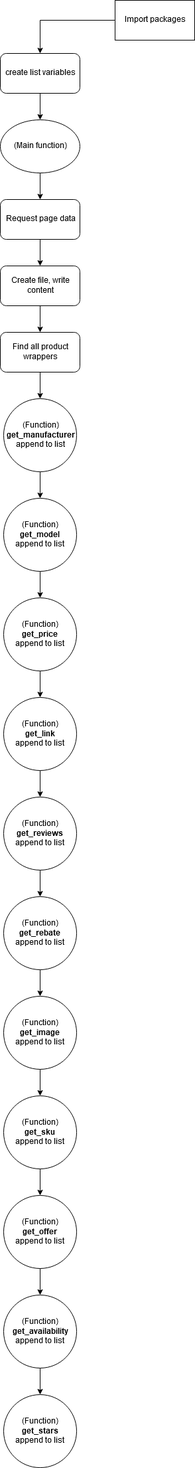
Before: Untitled Diagram.png, a diagram exported from draw.io (HiroEdit/WSP_tf). Source tidied: cells renumbered, new cells last; positions are measured from the earlier drawing's top-left corner, leaving out a move shared by most shapes. The source it was exported from:
```xml
<mxGraphModel>
  <root>
    <mxCell id="0" />
    <mxCell id="1" parent="0" />
    <mxCell id="2" value="Import packages" style="rounded=0;whiteSpace=wrap;html=1;" parent="1" vertex="1">
      <mxGeometry x="173" width="120" height="60" as="geometry" />
    </mxCell>
    <mxCell id="3" style="edgeStyle=orthogonalEdgeStyle;rounded=0;jettySize=auto;html=1;entryX=0.5;entryY=0;entryDx=0;entryDy=0;exitX=0;exitY=0.5;exitDx=0;exitDy=0;" parent="1" edge="1" source="2" target="5">
      <mxGeometry relative="1" as="geometry" />
    </mxCell>
    <mxCell id="4" style="edgeStyle=orthogonalEdgeStyle;rounded=0;jettySize=auto;html=1;entryX=0.5;entryY=0;entryDx=0;entryDy=0;" parent="1" edge="1" source="5" target="7">
      <mxGeometry relative="1" as="geometry" />
    </mxCell>
    <mxCell id="5" value="create list variables" style="rounded=1;whiteSpace=wrap;html=1;" parent="1" vertex="1">
      <mxGeometry y="80" width="120" height="60" as="geometry" />
    </mxCell>
    <mxCell id="6" style="edgeStyle=orthogonalEdgeStyle;rounded=0;jettySize=auto;html=1;entryX=0.5;entryY=0;entryDx=0;entryDy=0;" parent="1" edge="1" source="7" target="9">
      <mxGeometry relative="1" as="geometry" />
    </mxCell>
    <mxCell id="7" value="(Main function)" style="ellipse;whiteSpace=wrap;html=1;" parent="1" vertex="1">
      <mxGeometry y="180" width="120" height="80" as="geometry" />
    </mxCell>
    <mxCell id="8" style="edgeStyle=orthogonalEdgeStyle;rounded=0;jettySize=auto;html=1;entryX=0.5;entryY=0;entryDx=0;entryDy=0;" parent="1" edge="1" source="9" target="11">
      <mxGeometry relative="1" as="geometry" />
    </mxCell>
    <mxCell id="9" value="Request page data" style="rounded=1;whiteSpace=wrap;html=1;" parent="1" vertex="1">
      <mxGeometry y="300" width="120" height="60" as="geometry" />
    </mxCell>
    <mxCell id="10" style="edgeStyle=orthogonalEdgeStyle;rounded=0;jettySize=auto;html=1;entryX=0.5;entryY=0;entryDx=0;entryDy=0;" parent="1" edge="1" source="11" target="13">
      <mxGeometry relative="1" as="geometry" />
    </mxCell>
    <mxCell id="11" value="Create file, write content" style="rounded=1;whiteSpace=wrap;html=1;" parent="1" vertex="1">
      <mxGeometry y="400" width="120" height="60" as="geometry" />
    </mxCell>
    <mxCell id="12" style="edgeStyle=orthogonalEdgeStyle;rounded=0;jettySize=auto;html=1;entryX=0.5;entryY=0;entryDx=0;entryDy=0;" parent="1" edge="1" source="13" target="15">
      <mxGeometry relative="1" as="geometry" />
    </mxCell>
    <mxCell id="13" value="Find all product wrappers" style="rounded=1;whiteSpace=wrap;html=1;" parent="1" vertex="1">
      <mxGeometry y="500" width="120" height="60" as="geometry" />
    </mxCell>
    <mxCell id="14" style="edgeStyle=orthogonalEdgeStyle;rounded=0;jettySize=auto;html=1;entryX=0.5;entryY=0;entryDx=0;entryDy=0;" parent="1" edge="1" source="15" target="17">
      <mxGeometry relative="1" as="geometry" />
    </mxCell>
    <mxCell id="15" value="&lt;div&gt;(Function)&lt;/div&gt;&lt;div&gt;&lt;b&gt;get_manufacturer&lt;/b&gt;&lt;/div&gt;&lt;div&gt;&lt;b&gt;&lt;/b&gt;append to list&lt;br&gt;&lt;/div&gt;" style="ellipse;whiteSpace=wrap;html=1;" parent="1" vertex="1">
      <mxGeometry x="5" y="600" width="110" height="110" as="geometry" />
    </mxCell>
    <mxCell id="16" style="edgeStyle=orthogonalEdgeStyle;rounded=0;jettySize=auto;html=1;" parent="1" edge="1" source="17" target="19">
      <mxGeometry relative="1" as="geometry" />
    </mxCell>
    <mxCell id="17" value="&lt;div&gt;(Function)&lt;/div&gt;&lt;div&gt;&lt;b&gt;get_model&lt;/b&gt;&lt;/div&gt;&lt;div&gt;&lt;b&gt;&lt;/b&gt;append to list&lt;br&gt;&lt;/div&gt;" style="ellipse;whiteSpace=wrap;html=1;" parent="1" vertex="1">
      <mxGeometry x="5" y="750" width="110" height="110" as="geometry" />
    </mxCell>
    <mxCell id="18" style="edgeStyle=orthogonalEdgeStyle;rounded=0;jettySize=auto;html=1;" parent="1" edge="1" source="19" target="21">
      <mxGeometry relative="1" as="geometry" />
    </mxCell>
    <mxCell id="19" value="&lt;div&gt;(Function)&lt;/div&gt;&lt;div&gt;&lt;b&gt;get_price&lt;/b&gt;&lt;/div&gt;&lt;div&gt;&lt;b&gt;&lt;/b&gt;append to list&lt;br&gt;&lt;/div&gt;" style="ellipse;whiteSpace=wrap;html=1;" parent="1" vertex="1">
      <mxGeometry x="5" y="900" width="110" height="110" as="geometry" />
    </mxCell>
    <mxCell id="20" style="edgeStyle=orthogonalEdgeStyle;rounded=0;jettySize=auto;html=1;" parent="1" edge="1" source="21" target="23">
      <mxGeometry relative="1" as="geometry" />
    </mxCell>
    <mxCell id="21" value="&lt;div&gt;(Function)&lt;/div&gt;&lt;div&gt;&lt;b&gt;get_link&lt;/b&gt;&lt;/div&gt;&lt;div&gt;&lt;b&gt;&lt;/b&gt;append to list&lt;br&gt;&lt;/div&gt;" style="ellipse;whiteSpace=wrap;html=1;" parent="1" vertex="1">
      <mxGeometry x="5" y="1050" width="110" height="110" as="geometry" />
    </mxCell>
    <mxCell id="22" style="edgeStyle=orthogonalEdgeStyle;rounded=0;jettySize=auto;html=1;" parent="1" edge="1" source="23" target="25">
      <mxGeometry relative="1" as="geometry" />
    </mxCell>
    <mxCell id="23" value="&lt;div&gt;(Function)&lt;/div&gt;&lt;div&gt;&lt;b&gt;get_reviews&lt;/b&gt;&lt;/div&gt;&lt;div&gt;&lt;b&gt;&lt;/b&gt;append to list&lt;br&gt;&lt;/div&gt;" style="ellipse;whiteSpace=wrap;html=1;" parent="1" vertex="1">
      <mxGeometry x="5" y="1200" width="110" height="110" as="geometry" />
    </mxCell>
    <mxCell id="24" style="edgeStyle=orthogonalEdgeStyle;rounded=0;jettySize=auto;html=1;" parent="1" edge="1" source="25" target="27">
      <mxGeometry relative="1" as="geometry" />
    </mxCell>
    <mxCell id="25" value="&lt;div&gt;(Function)&lt;/div&gt;&lt;div&gt;&lt;b&gt;get_rebate&lt;/b&gt;&lt;/div&gt;&lt;div&gt;&lt;b&gt;&lt;/b&gt;append to list&lt;br&gt;&lt;/div&gt;" style="ellipse;whiteSpace=wrap;html=1;" parent="1" vertex="1">
      <mxGeometry x="5" y="1350" width="110" height="110" as="geometry" />
    </mxCell>
    <mxCell id="26" style="edgeStyle=orthogonalEdgeStyle;rounded=0;jettySize=auto;html=1;" parent="1" edge="1" source="27" target="29">
      <mxGeometry relative="1" as="geometry" />
    </mxCell>
    <mxCell id="27" value="&lt;div&gt;(Function)&lt;/div&gt;&lt;div&gt;&lt;b&gt;get_image&lt;/b&gt;&lt;/div&gt;&lt;div&gt;&lt;b&gt;&lt;/b&gt;append to list&lt;br&gt;&lt;/div&gt;" style="ellipse;whiteSpace=wrap;html=1;" parent="1" vertex="1">
      <mxGeometry x="5" y="1500" width="110" height="110" as="geometry" />
    </mxCell>
    <mxCell id="28" style="edgeStyle=orthogonalEdgeStyle;rounded=0;jettySize=auto;html=1;" parent="1" edge="1" source="29" target="31">
      <mxGeometry relative="1" as="geometry" />
    </mxCell>
    <mxCell id="29" value="&lt;div&gt;(Function)&lt;/div&gt;&lt;div&gt;&lt;b&gt;get_sku&lt;/b&gt;&lt;/div&gt;&lt;div&gt;&lt;b&gt;&lt;/b&gt;append to list&lt;br&gt;&lt;/div&gt;" style="ellipse;whiteSpace=wrap;html=1;" parent="1" vertex="1">
      <mxGeometry x="5" y="1650" width="110" height="110" as="geometry" />
    </mxCell>
    <mxCell id="30" style="edgeStyle=orthogonalEdgeStyle;rounded=0;jettySize=auto;html=1;" parent="1" edge="1" source="31" target="33">
      <mxGeometry relative="1" as="geometry" />
    </mxCell>
    <mxCell id="31" value="&lt;div&gt;(Function)&lt;/div&gt;&lt;div&gt;&lt;b&gt;get_offer&lt;/b&gt;&lt;/div&gt;&lt;div&gt;&lt;b&gt;&lt;/b&gt;append to list&lt;br&gt;&lt;/div&gt;" style="ellipse;whiteSpace=wrap;html=1;" parent="1" vertex="1">
      <mxGeometry x="5" y="1800" width="110" height="110" as="geometry" />
    </mxCell>
    <mxCell id="32" style="edgeStyle=orthogonalEdgeStyle;rounded=0;jettySize=auto;html=1;" parent="1" edge="1" source="33" target="34">
      <mxGeometry relative="1" as="geometry" />
    </mxCell>
    <mxCell id="33" value="&lt;div&gt;(Function)&lt;/div&gt;&lt;div&gt;&lt;b&gt;get_availability&lt;/b&gt;&lt;/div&gt;&lt;div&gt;&lt;b&gt;&lt;/b&gt;append to list&lt;br&gt;&lt;/div&gt;" style="ellipse;whiteSpace=wrap;html=1;" parent="1" vertex="1">
      <mxGeometry x="5" y="1950" width="110" height="110" as="geometry" />
    </mxCell>
    <mxCell id="34" value="&lt;div&gt;(Function)&lt;/div&gt;&lt;div&gt;&lt;b&gt;get_stars&lt;/b&gt;&lt;/div&gt;&lt;div&gt;&lt;b&gt;&lt;/b&gt;append to list&lt;br&gt;&lt;/div&gt;" style="ellipse;whiteSpace=wrap;html=1;" parent="1" vertex="1">
      <mxGeometry x="5" y="2100" width="110" height="110" as="geometry" />
    </mxCell>
  </root>
</mxGraphModel>
```
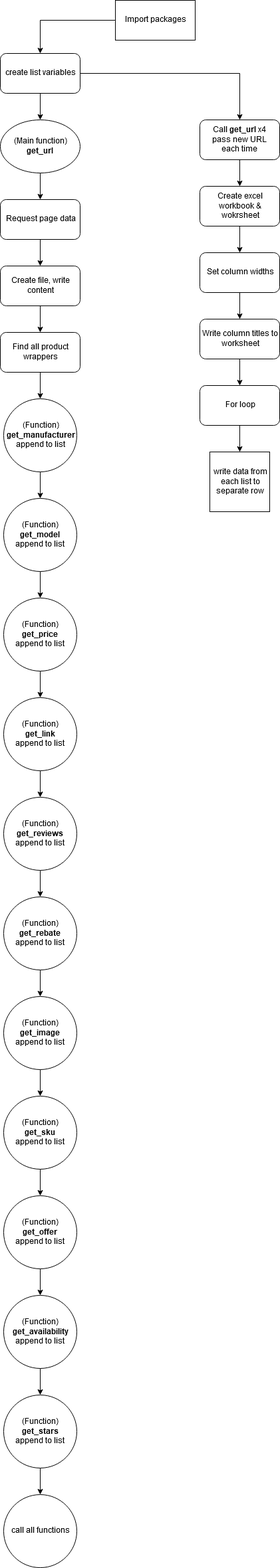
The same file after the commit.

The edit, as a diff of the source:
```diff
@@ -11,13 +11,46 @@
     <mxCell id="4" style="edgeStyle=orthogonalEdgeStyle;rounded=0;jettySize=auto;html=1;entryX=0.5;entryY=0;entryDx=0;entryDy=0;" parent="1" edge="1" source="5" target="7">
       <mxGeometry relative="1" as="geometry" />
     </mxCell>
+    <mxCell id="35" style="edgeStyle=orthogonalEdgeStyle;rounded=0;jettySize=auto;html=1;" parent="1" edge="1" source="5" target="37">
+      <mxGeometry relative="1" as="geometry" />
+    </mxCell>
     <mxCell id="5" value="create list variables" style="rounded=1;whiteSpace=wrap;html=1;" parent="1" vertex="1">
       <mxGeometry y="80" width="120" height="60" as="geometry" />
     </mxCell>
+    <mxCell id="36" style="edgeStyle=orthogonalEdgeStyle;rounded=0;jettySize=auto;html=1;" parent="1" edge="1" source="37" target="39">
+      <mxGeometry relative="1" as="geometry" />
+    </mxCell>
+    <mxCell id="37" value="&lt;div&gt;Call &lt;b&gt;get_url &lt;/b&gt;x4&lt;/div&gt;&lt;div&gt;pass new URL &lt;br&gt;&lt;/div&gt;&lt;div&gt;each time&lt;br&gt;&lt;/div&gt;" style="rounded=1;whiteSpace=wrap;html=1;" parent="1" vertex="1">
+      <mxGeometry x="300" y="180" width="120" height="60" as="geometry" />
+    </mxCell>
+    <mxCell id="38" style="edgeStyle=orthogonalEdgeStyle;rounded=0;jettySize=auto;html=1;" parent="1" edge="1" source="39" target="41">
+      <mxGeometry relative="1" as="geometry" />
+    </mxCell>
+    <mxCell id="39" value="Create excel workbook &amp;amp; wokrsheet" style="rounded=1;whiteSpace=wrap;html=1;" parent="1" vertex="1">
+      <mxGeometry x="300" y="280" width="120" height="60" as="geometry" />
+    </mxCell>
+    <mxCell id="40" style="edgeStyle=orthogonalEdgeStyle;rounded=0;jettySize=auto;html=1;" parent="1" edge="1" source="41" target="43">
+      <mxGeometry relative="1" as="geometry" />
+    </mxCell>
+    <mxCell id="41" value="Set column widths" style="rounded=1;whiteSpace=wrap;html=1;" parent="1" vertex="1">
+      <mxGeometry x="300" y="380" width="120" height="60" as="geometry" />
+    </mxCell>
+    <mxCell id="42" style="edgeStyle=orthogonalEdgeStyle;rounded=0;jettySize=auto;html=1;" parent="1" edge="1" source="43" target="45">
+      <mxGeometry relative="1" as="geometry" />
+    </mxCell>
+    <mxCell id="43" value="Write column titles to worksheet" style="rounded=1;whiteSpace=wrap;html=1;" parent="1" vertex="1">
+      <mxGeometry x="300" y="480" width="120" height="60" as="geometry" />
+    </mxCell>
+    <mxCell id="44" style="edgeStyle=orthogonalEdgeStyle;rounded=0;jettySize=auto;html=1;entryX=0.5;entryY=0;entryDx=0;entryDy=0;" parent="1" edge="1" source="45" target="48">
+      <mxGeometry relative="1" as="geometry" />
+    </mxCell>
+    <mxCell id="45" value="For loop" style="rounded=1;whiteSpace=wrap;html=1;" parent="1" vertex="1">
+      <mxGeometry x="300" y="580" width="120" height="60" as="geometry" />
+    </mxCell>
     <mxCell id="6" style="edgeStyle=orthogonalEdgeStyle;rounded=0;jettySize=auto;html=1;entryX=0.5;entryY=0;entryDx=0;entryDy=0;" parent="1" edge="1" source="7" target="9">
       <mxGeometry relative="1" as="geometry" />
     </mxCell>
-    <mxCell id="7" value="(Main function)" style="ellipse;whiteSpace=wrap;html=1;" parent="1" vertex="1">
+    <mxCell id="7" value="&lt;div&gt;(Main function)&lt;/div&gt;&lt;div&gt;&lt;b&gt;get_url&lt;/b&gt;&lt;br&gt;&lt;/div&gt;" style="ellipse;whiteSpace=wrap;html=1;" parent="1" vertex="1">
       <mxGeometry y="180" width="120" height="80" as="geometry" />
     </mxCell>
     <mxCell id="8" style="edgeStyle=orthogonalEdgeStyle;rounded=0;jettySize=auto;html=1;entryX=0.5;entryY=0;entryDx=0;entryDy=0;" parent="1" edge="1" source="9" target="11">
@@ -98,8 +131,17 @@
     <mxCell id="33" value="&lt;div&gt;(Function)&lt;/div&gt;&lt;div&gt;&lt;b&gt;get_availability&lt;/b&gt;&lt;/div&gt;&lt;div&gt;&lt;b&gt;&lt;/b&gt;append to list&lt;br&gt;&lt;/div&gt;" style="ellipse;whiteSpace=wrap;html=1;" parent="1" vertex="1">
       <mxGeometry x="5" y="1950" width="110" height="110" as="geometry" />
     </mxCell>
+    <mxCell id="46" style="edgeStyle=orthogonalEdgeStyle;rounded=0;jettySize=auto;html=1;" parent="1" edge="1" source="34" target="47">
+      <mxGeometry relative="1" as="geometry" />
+    </mxCell>
     <mxCell id="34" value="&lt;div&gt;(Function)&lt;/div&gt;&lt;div&gt;&lt;b&gt;get_stars&lt;/b&gt;&lt;/div&gt;&lt;div&gt;&lt;b&gt;&lt;/b&gt;append to list&lt;br&gt;&lt;/div&gt;" style="ellipse;whiteSpace=wrap;html=1;" parent="1" vertex="1">
       <mxGeometry x="5" y="2100" width="110" height="110" as="geometry" />
     </mxCell>
+    <mxCell id="47" value="call all functions" style="ellipse;whiteSpace=wrap;html=1;" parent="1" vertex="1">
+      <mxGeometry x="5" y="2250" width="110" height="110" as="geometry" />
+    </mxCell>
+    <mxCell id="48" value="write data from each list to separate row" style="whiteSpace=wrap;html=1;" parent="1" vertex="1">
+      <mxGeometry x="315" y="680" width="90" height="90" as="geometry" />
+    </mxCell>
   </root>
 </mxGraphModel>
```
